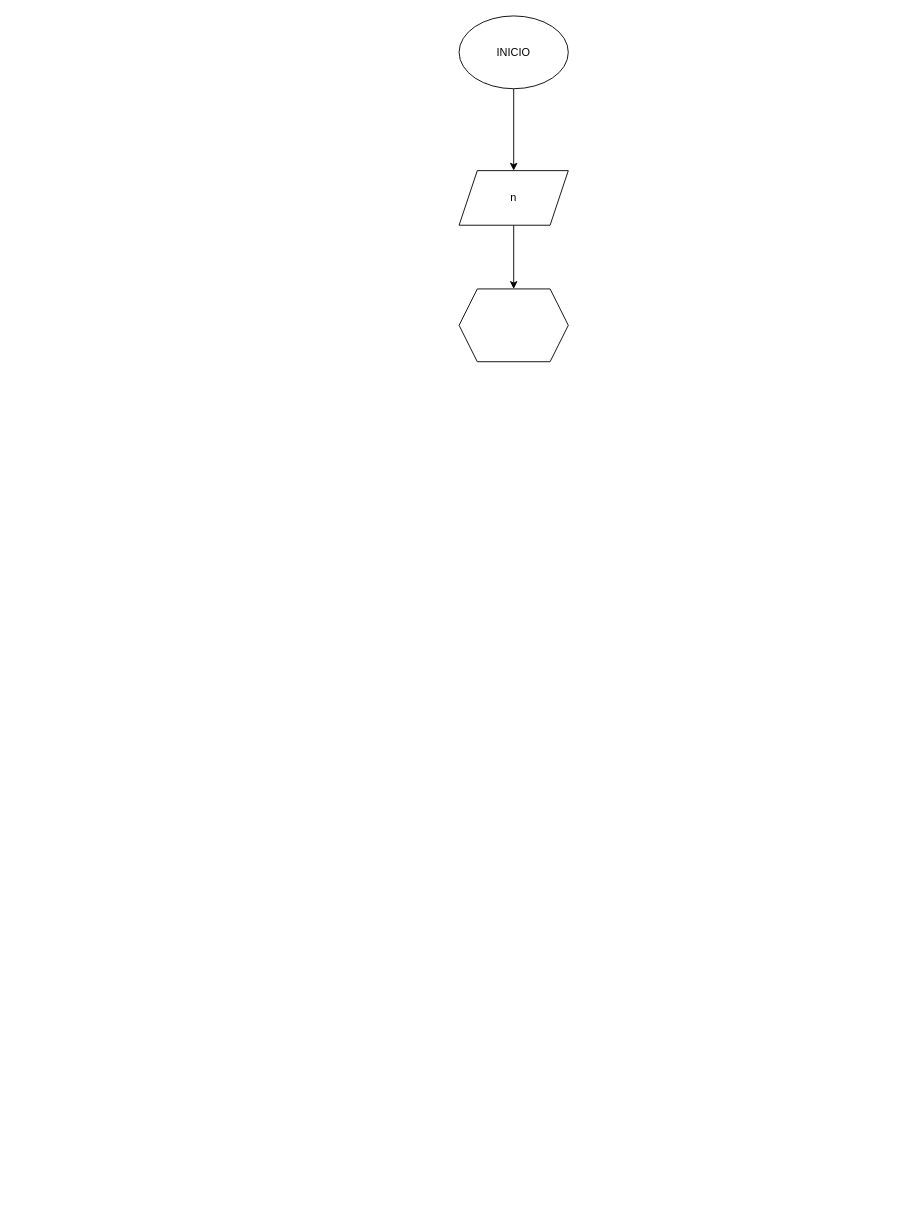
The draw.io diagram Ejercicio_1/diagrama.drawio in Juan22345020/Ejercicios_for, before the edit. Source tidied: cells renumbered, new cells numbered last; positions are measured from the earlier drawing's top-left corner, leaving out a move shared by most shapes. Both pictures are drawn from the tidied source at 91%, with x=0, y=0 at pixel (459, 15).
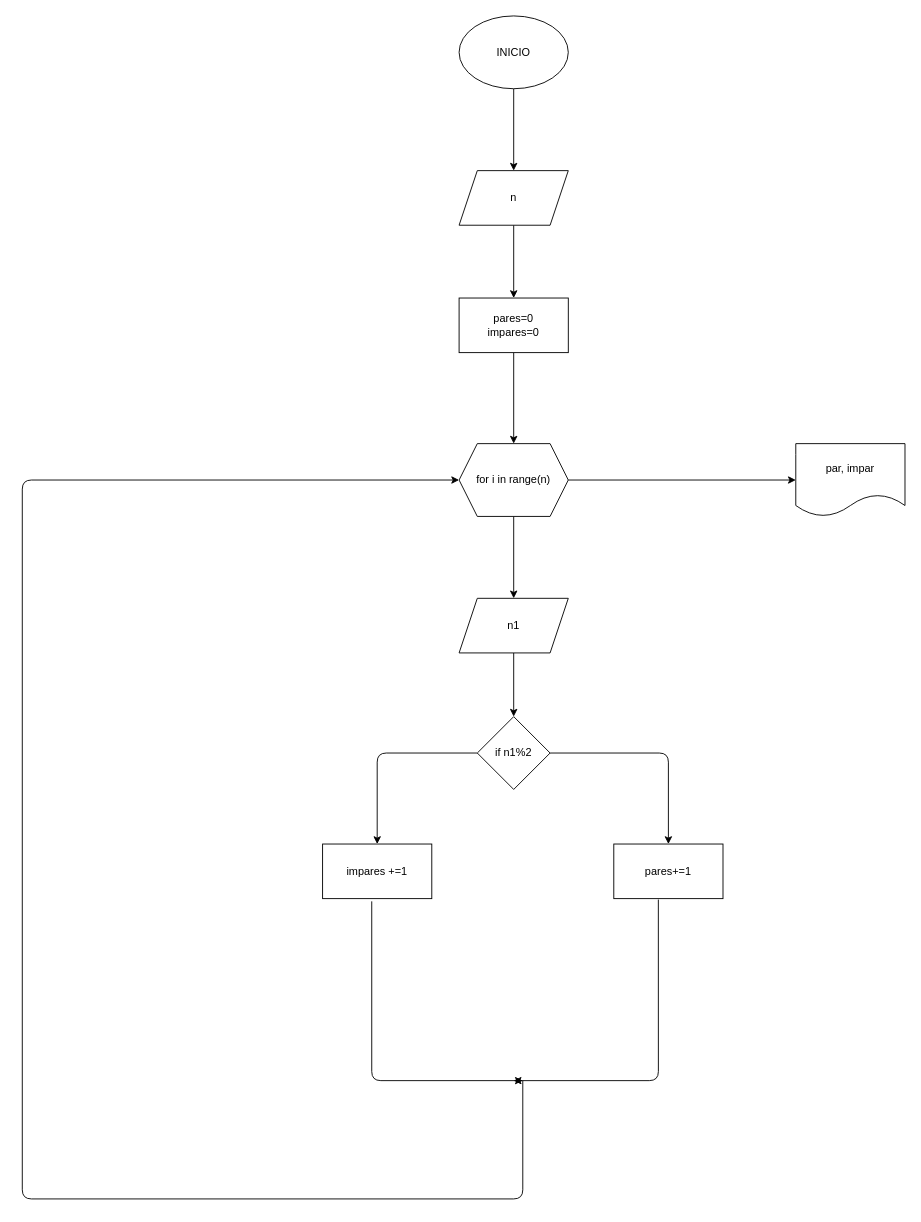
Above is the later version.

Diff of the diagram source:
```diff
@@
+    <mxCell id="7" style="edgeStyle=none;html=1;" parent="1" edge="1" source="5" target="4">
+      <mxGeometry relative="1" as="geometry" />
+    </mxCell>
+    <mxCell id="5" value="n" style="shape=parallelogram;perimeter=parallelogramPerimeter;whiteSpace=wrap;html=1;fixedSize=1;" parent="1" vertex="1">
+      <mxGeometry y="170" width="120" height="60" as="geometry" />
+    </mxCell>
+    <mxCell id="8" style="edgeStyle=none;html=1;" parent="1" edge="1" source="4" target="11">
+      <mxGeometry relative="1" as="geometry" />
+    </mxCell>
-    <mxCell id="4" style="edgeStyle=none;html=1;" parent="1" edge="1" source="5" target="6">
-      <mxGeometry relative="1" as="geometry" />
+    <mxCell id="4" value="pares=0&lt;br&gt;impares=0" style="whiteSpace=wrap;html=1;" parent="1" vertex="1">
+      <mxGeometry y="310" width="120" height="60" as="geometry" />
     </mxCell>
-    <mxCell id="5" value="n" style="shape=parallelogram;perimeter=parallelogramPerimeter;whiteSpace=wrap;html=1;fixedSize=1;" parent="1" vertex="1">
-      <mxGeometry y="170" width="120" height="60" as="geometry" />
-    </mxCell>
-    <mxCell id="6" style="shape=hexagon;perimeter=hexagonPerimeter2;whiteSpace=wrap;html=1;fixedSize=1;" parent="1" vertex="1">
-      <mxGeometry y="300" width="120" height="80" as="geometry" />
-    </mxCell>
+    <mxCell id="9" style="edgeStyle=none;html=1;" parent="1" edge="1" source="11" target="13">
+      <mxGeometry relative="1" as="geometry" />
+    </mxCell>
+    <mxCell id="10" style="edgeStyle=none;html=1;" parent="1" edge="1" source="11" target="22">
+      <mxGeometry relative="1" as="geometry" />
+    </mxCell>
+    <mxCell id="11" value="for i in range(n)" style="shape=hexagon;perimeter=hexagonPerimeter2;whiteSpace=wrap;html=1;fixedSize=1;" parent="1" vertex="1">
+      <mxGeometry y="470" width="120" height="80" as="geometry" />
+    </mxCell>
+    <mxCell id="12" style="edgeStyle=none;html=1;" parent="1" edge="1" source="13" target="16">
+      <mxGeometry relative="1" as="geometry" />
+    </mxCell>
+    <mxCell id="13" value="n1" style="shape=parallelogram;perimeter=parallelogramPerimeter;whiteSpace=wrap;html=1;fixedSize=1;" parent="1" vertex="1">
+      <mxGeometry y="640" width="120" height="60" as="geometry" />
+    </mxCell>
+    <mxCell id="14" style="edgeStyle=none;html=1;" parent="1" edge="1" source="16" target="17">
+      <mxGeometry relative="1" as="geometry">
+        <Array as="points">
+          <mxPoint x="230" y="810" />
+        </Array>
+      </mxGeometry>
+    </mxCell>
+    <mxCell id="15" style="edgeStyle=none;html=1;" parent="1" edge="1" source="16" target="18">
+      <mxGeometry relative="1" as="geometry">
+        <Array as="points">
+          <mxPoint x="-90" y="810" />
+        </Array>
+      </mxGeometry>
+    </mxCell>
+    <mxCell id="16" value="if n1%2" style="rhombus;whiteSpace=wrap;html=1;" parent="1" vertex="1">
+      <mxGeometry x="20" y="770" width="80" height="80" as="geometry" />
+    </mxCell>
+    <mxCell id="17" value="pares+=1" style="whiteSpace=wrap;html=1;" parent="1" vertex="1">
+      <mxGeometry x="170" y="910" width="120" height="60" as="geometry" />
+    </mxCell>
+    <mxCell id="18" value="impares +=1" style="whiteSpace=wrap;html=1;" parent="1" vertex="1">
+      <mxGeometry x="-150" y="910" width="120" height="60" as="geometry" />
+    </mxCell>
+    <mxCell id="19" style="endArrow=classic;html=1;exitX=0.45;exitY=1.05;exitDx=0;exitDy=0;exitPerimeter=0;" parent="1" edge="1" source="18">
+      <mxGeometry relative="1" as="geometry">
+        <mxPoint x="70" y="1170" as="targetPoint" />
+        <Array as="points">
+          <mxPoint x="-96" y="1170" />
+        </Array>
+      </mxGeometry>
+    </mxCell>
+    <mxCell id="20" style="endArrow=classic;html=1;exitX=0.408;exitY=1.017;exitDx=0;exitDy=0;exitPerimeter=0;" parent="1" edge="1" source="17">
+      <mxGeometry relative="1" as="geometry">
+        <mxPoint x="60" y="1170" as="targetPoint" />
+        <Array as="points">
+          <mxPoint x="219" y="1170" />
+        </Array>
+      </mxGeometry>
+    </mxCell>
+    <mxCell id="21" style="endArrow=classic;html=1;entryX=0;entryY=0.5;entryDx=0;entryDy=0;" parent="1" edge="1" target="11">
+      <mxGeometry relative="1" as="geometry">
+        <mxPoint x="70" y="1170" as="sourcePoint" />
+        <Array as="points">
+          <mxPoint x="70" y="1300" />
+          <mxPoint x="-480" y="1300" />
+          <mxPoint x="-480" y="510" />
+        </Array>
+      </mxGeometry>
+    </mxCell>
+    <mxCell id="22" value="par, impar" style="shape=document;whiteSpace=wrap;html=1;boundedLbl=1;" parent="1" vertex="1">
+      <mxGeometry x="370" y="470" width="120" height="80" as="geometry" />
+    </mxCell>
```
